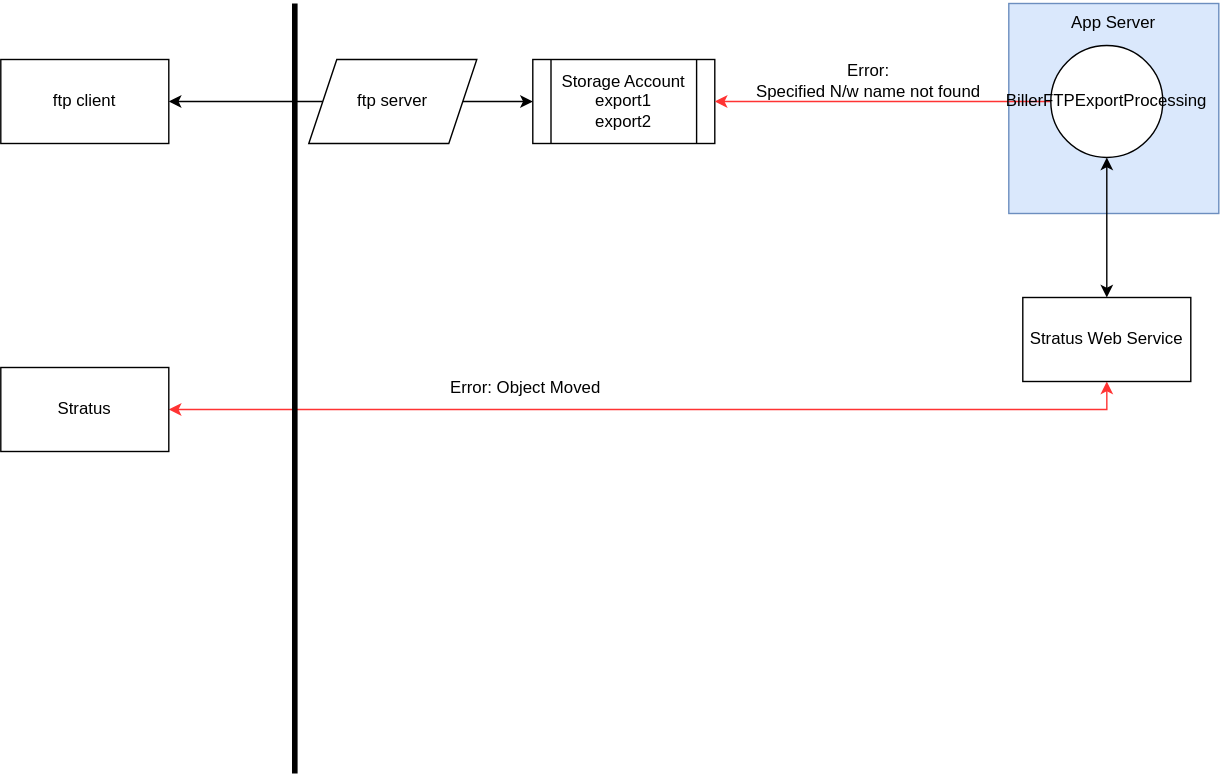
vjavle/invoicecloud keeps this draw.io diagram as ftp-inc237.svg. Above is the earlier version. Source tidied: cells renumbered, new cells last; positions are measured from the earlier drawing's top-left corner, leaving out a move shared by most shapes.
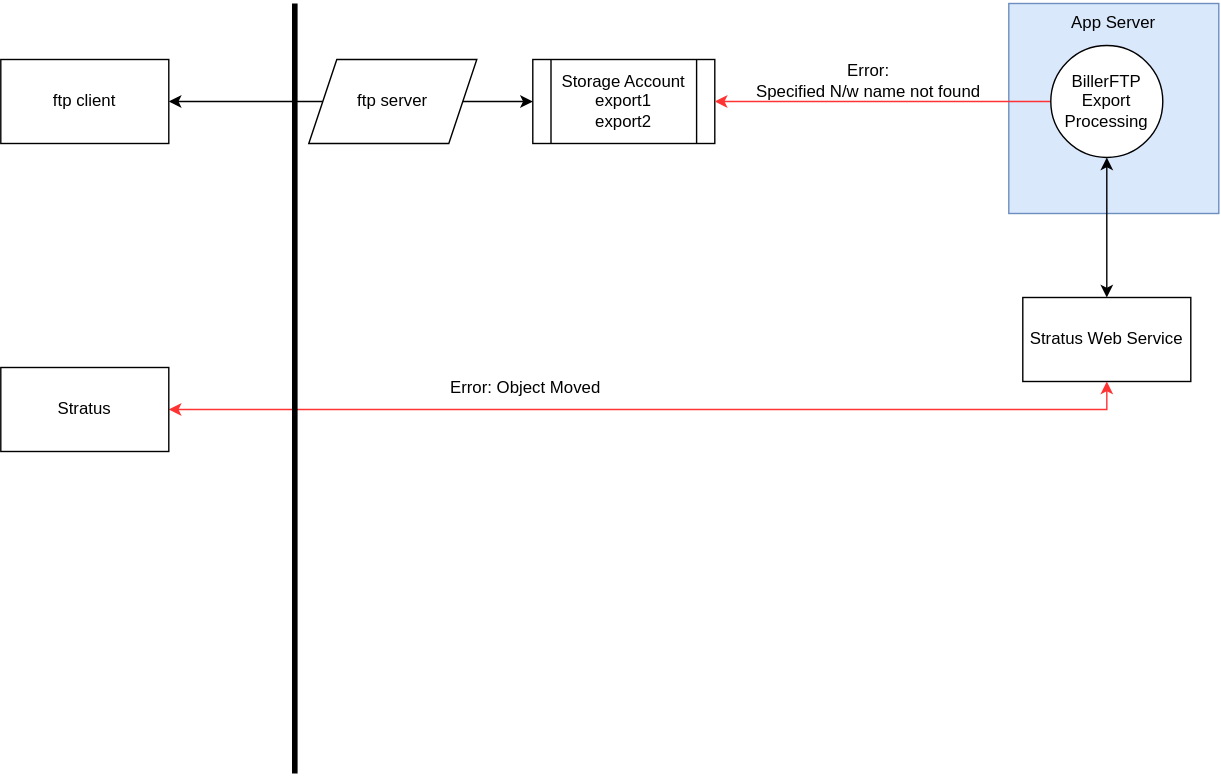
After the change.

The edit, as a diff of the source:
```diff
@@ -20,7 +20,7 @@
     <mxCell id="7" style="edgeStyle=orthogonalEdgeStyle;rounded=0;jettySize=auto;html=1;entryX=1;entryY=0.5;entryDx=0;entryDy=0;strokeColor=#FF3333;" parent="1" edge="1" source="8" target="6">
       <mxGeometry relative="1" as="geometry" />
     </mxCell>
-    <mxCell id="8" value="BillerFTPExportProcessing" style="ellipse;whiteSpace=wrap;html=1;" parent="1" vertex="1">
+    <mxCell id="8" value="BillerFTP&lt;br&gt;Export&lt;br&gt;Processing" style="ellipse;whiteSpace=wrap;html=1;" parent="1" vertex="1">
       <mxGeometry x="750" y="30" width="80" height="80" as="geometry" />
     </mxCell>
     <mxCell id="9" value="ftp client" style="rounded=0;whiteSpace=wrap;html=1;" parent="1" vertex="1">
```
